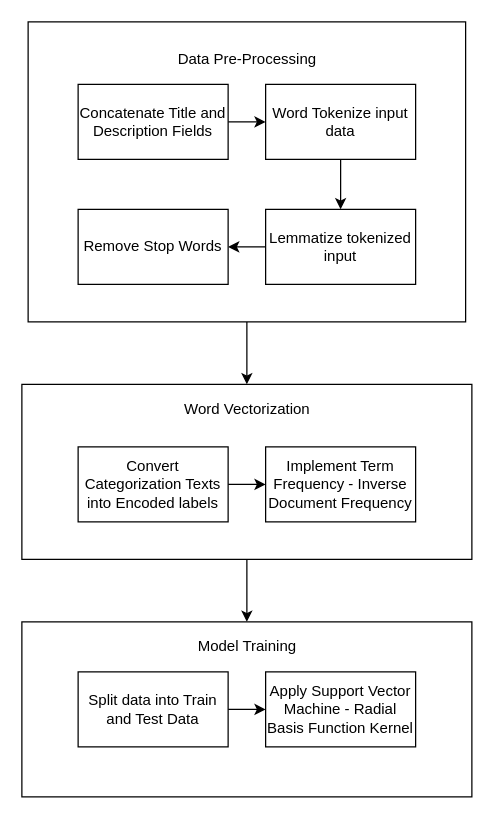
Above: joane/BTS/diagrams/main flowchart.drawio in jengfad/capstone (draw.io), before the change. Source tidied: cells renumbered, new cells numbered last; positions are measured from the earlier drawing's top-left corner, leaving out a move shared by most shapes. Both pictures are drawn from the tidied source at 125%, with x=0, y=0 at pixel (21, 21).
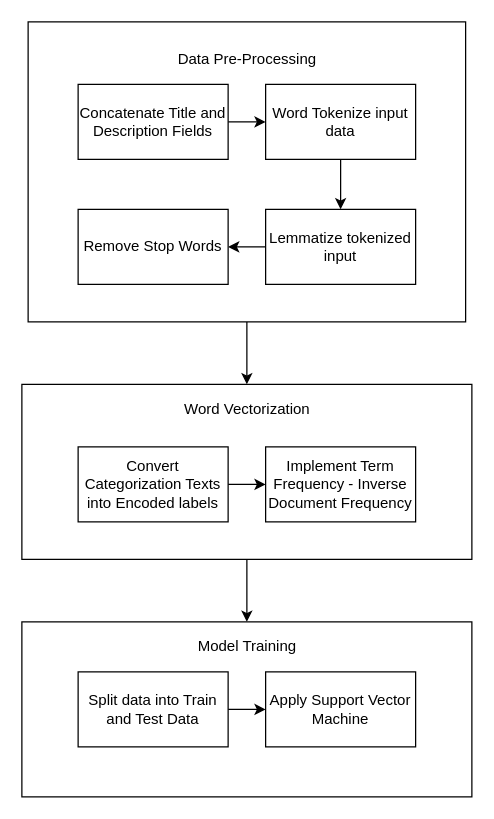
The same page after the edit.

Change to the diagram source:
```diff
@@
-    <mxCell id="21" value="Apply Support Vector Machine - Radial Basis Function Kernel" style="rounded=0;whiteSpace=wrap;html=1;" parent="1" vertex="1">
+    <mxCell id="21" value="Apply Support Vector Machine" style="rounded=0;whiteSpace=wrap;html=1;" parent="1" vertex="1">
       <mxGeometry x="195" y="520" width="120" height="60" as="geometry" />
     </mxCell>
```
